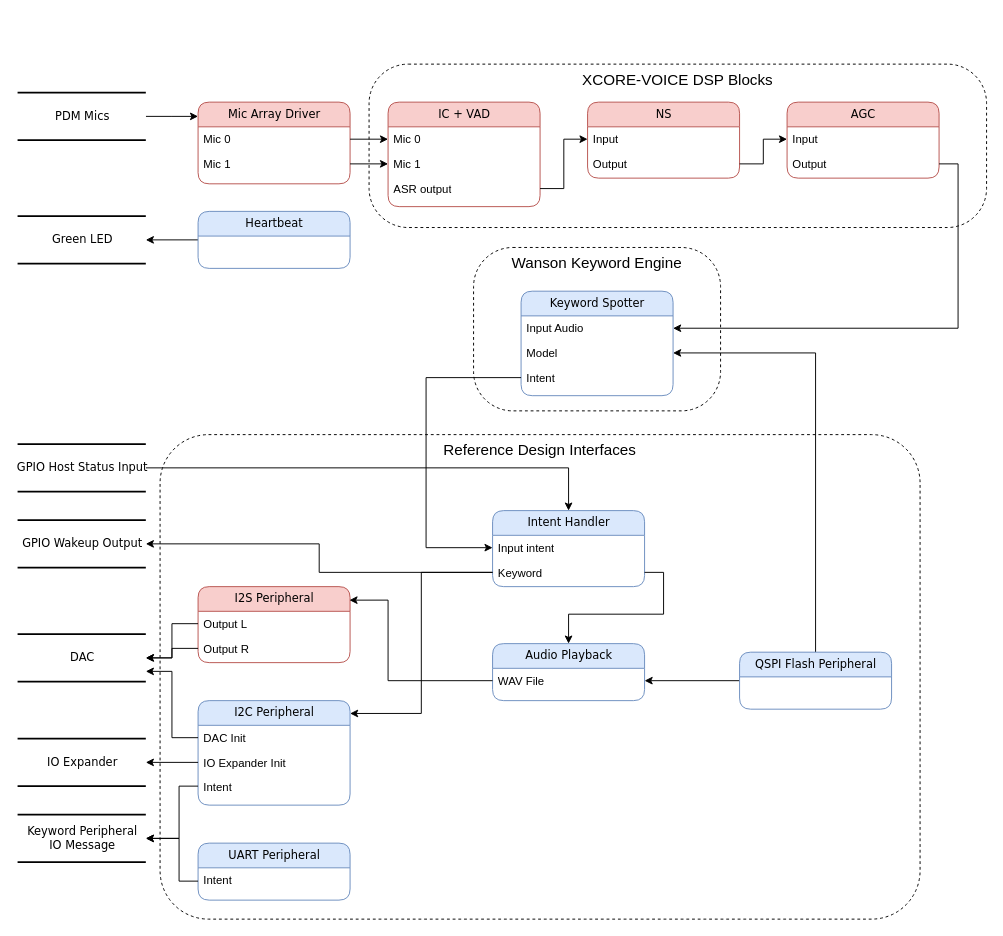
Before: doc/diagrams/ffd_diagram.drawio in xmos/sln_voice, a draw.io diagram. Source tidied: cells renumbered, new cells numbered last; positions are measured from the earlier drawing's top-left corner, leaving out a move shared by most shapes. Both pictures are drawn from the tidied source at 95%, with x=0, y=0 at pixel (17, 64).
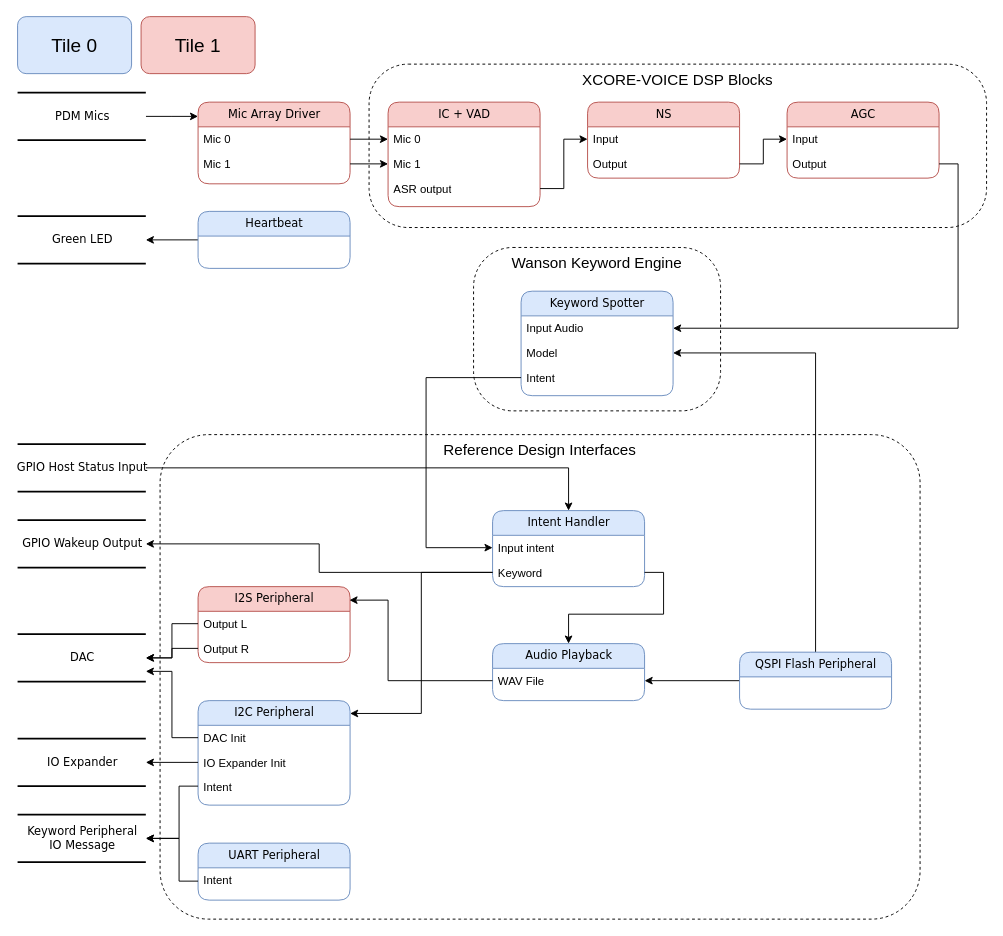
Above is the later version.

What changed in the source:
```diff
@@
+    <mxCell id="66" value="&lt;font style=&quot;font-size: 20px;&quot;&gt;Tile 1&lt;/font&gt;" style="rounded=1;whiteSpace=wrap;html=1;fillColor=#f8cecc;strokeColor=#b85450;" parent="1" vertex="1">
+      <mxGeometry x="130" y="-50" width="120" height="60" as="geometry" />
+    </mxCell>
+    <mxCell id="67" value="&lt;font style=&quot;font-size: 20px;&quot;&gt;Tile 0&lt;br&gt;&lt;/font&gt;" style="rounded=1;whiteSpace=wrap;html=1;fillColor=#dae8fc;strokeColor=#6c8ebf;" parent="1" vertex="1">
+      <mxGeometry y="-50" width="120" height="60" as="geometry" />
+    </mxCell>
```
